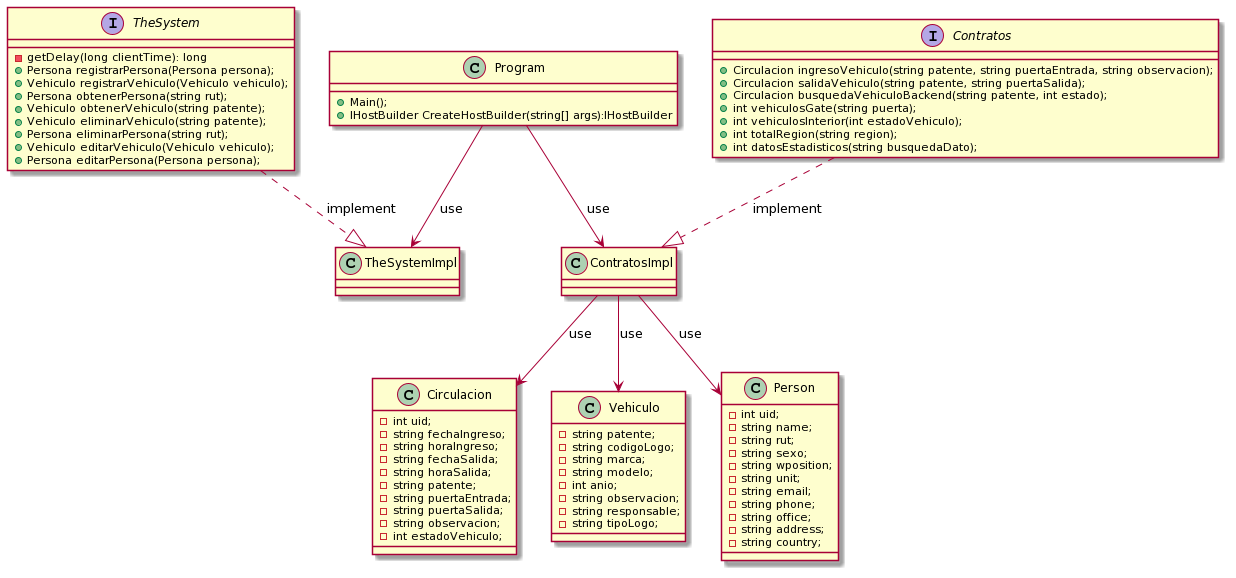
jzuletas005/ParkingUCN keeps this PlantUML diagram as img/server.png. Above is the earlier version.
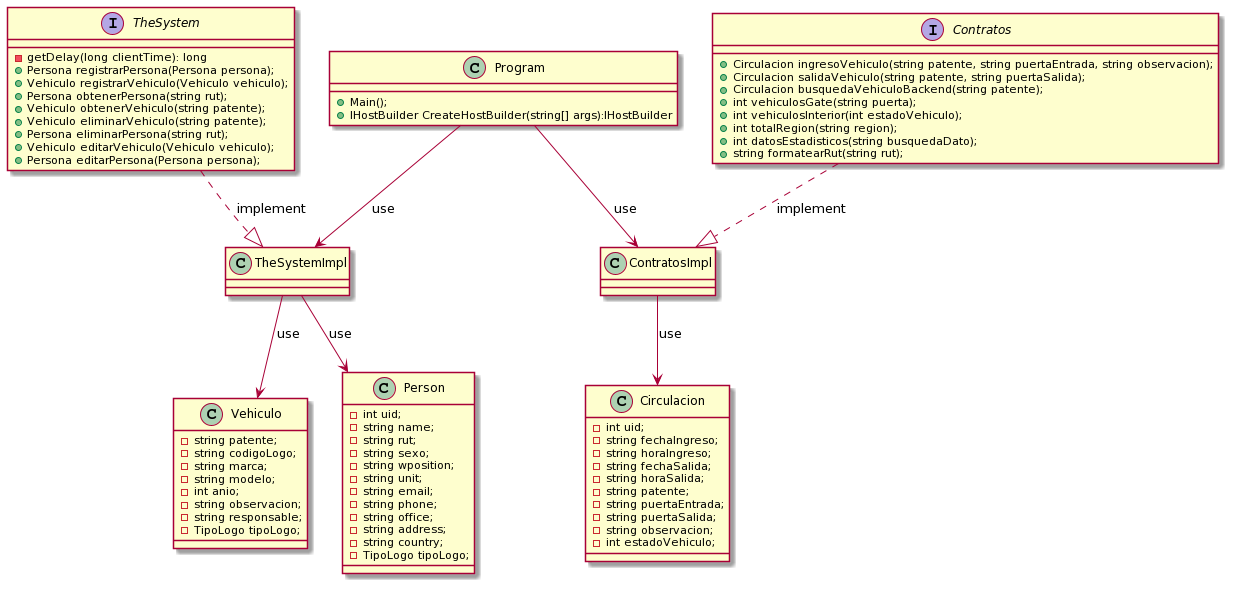
The same diagram one commit later.

Commit message:
refactor (img) : added uml

The edit, as a diff of the source:
```diff
@@ -14,11 +14,12 @@
 interface Contratos{
 +Circulacion ingresoVehiculo(string patente, string puertaEntrada, string observacion);
 +Circulacion salidaVehiculo(string patente, string puertaSalida);
-+Circulacion busquedaVehiculoBackend(string patente, int estado);
++Circulacion busquedaVehiculoBackend(string patente);
 +int vehiculosGate(string puerta);
 +int vehiculosInterior(int estadoVehiculo);
 +int totalRegion(string region);
 +int datosEstadisticos(string busquedaDato);
++string formatearRut(string rut);
 
 }
 
@@ -44,7 +45,7 @@
 -int anio;
 -string observacion;
 -string responsable;
--string tipoLogo;
+-TipoLogo tipoLogo;
 }
 
 class Person{
@@ -60,6 +61,7 @@
 - string office;
 - string address;
 - string country;
+- TipoLogo tipoLogo;
 }
 
 class ContratosImpl{
@@ -79,8 +81,8 @@
 }
 Program-->TheSystemImpl: use
 Program-->ContratosImpl: use
-ContratosImpl-->Person:use
-ContratosImpl-->Vehiculo:use
+TheSystemImpl-->Person:use
+TheSystemImpl-->Vehiculo:use
 ContratosImpl-->Circulacion:use
 TheSystem..|>TheSystemImpl:implement
 Contratos..|>ContratosImpl:implement
```
